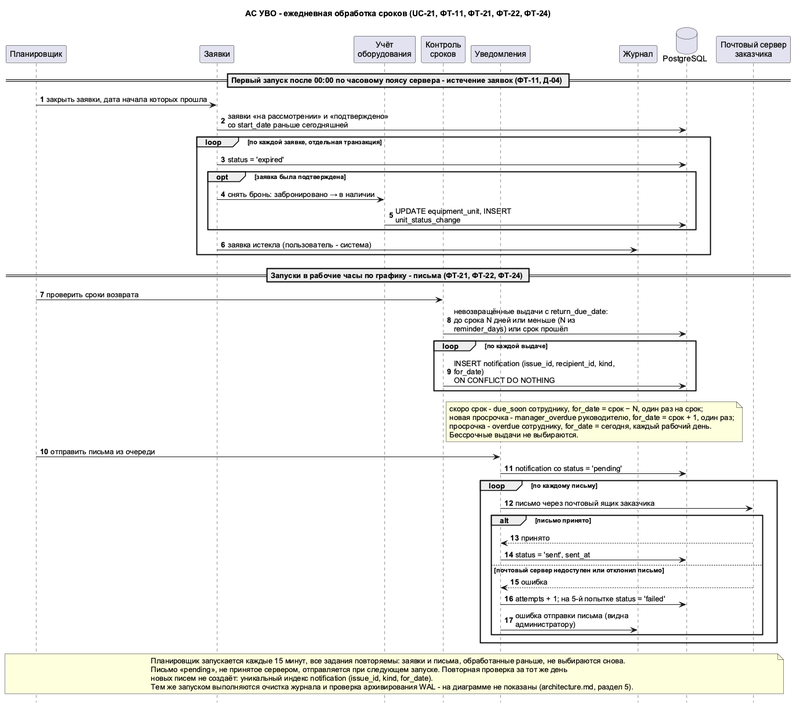
This is Lab2/docs/diagrams/images/sequence-deadlines.png from Rezak159/project-management, a PlantUML export, as it was before one commit. Its diagram source:
```plantuml
@startuml
title АС УВО - ежедневная обработка сроков (UC-21, ФТ-11, ФТ-21, ФТ-22, ФТ-24)
skinparam shadowing false
skinparam defaultFontName Arial
skinparam sequenceMessageAlign left
skinparam responseMessageBelowArrow true
skinparam maxMessageSize 280
hide footbox
autonumber

participant "Планировщик" as SCH
participant "Заявки" as REQ
participant "Учёт\nоборудования" as EQ
participant "Контроль\nсроков" as DL
participant "Уведомления" as NTF
participant "Журнал" as LOG
database "PostgreSQL" as DB
participant "Почтовый сервер\nзаказчика" as SMTP

== Первый запуск после 00:00 по часовому поясу сервера - истечение заявок (ФТ-11, Д-04) ==
SCH -> REQ : закрыть заявки, дата начала которых прошла
REQ -> DB : заявки «на рассмотрении» и «подтверждено» со start_date раньше сегодняшней
loop по каждой заявке, отдельная транзакция
  REQ -> DB : status = 'expired'
  opt заявка была подтверждена
    REQ -> EQ : снять бронь: забронировано → в наличии
    EQ -> DB : UPDATE equipment_unit, INSERT unit_status_change
  end
  REQ -> LOG : заявка истекла (пользователь - система)
end

== Запуски в рабочие часы по графику - письма (ФТ-21, ФТ-22, ФТ-24) ==
SCH -> DL : проверить сроки возврата
DL -> DB : невозвращённые выдачи с return_due_date:\nдо срока N дней или меньше (N из reminder_days) или срок прошёл
loop по каждой выдаче
  DL -> DB : INSERT notification (issue_id, recipient_id, kind, for_date)\nON CONFLICT DO NOTHING
end
note right of DL
скоро срок - due_soon сотруднику, for_date = срок − N, один раз на срок;
новая просрочка - manager_overdue руководителю, for_date = срок + 1, один раз;
просрочка - overdue сотруднику, for_date = сегодня, каждый рабочий день.
Бессрочные выдачи не выбираются.
end note

SCH -> NTF : отправить письма из очереди
NTF -> DB : notification со status = 'pending'
loop по каждому письму
  NTF -> SMTP : письмо через почтовый ящик заказчика
  alt письмо принято
    SMTP --> NTF : принято
    NTF -> DB : status = 'sent', sent_at
  else почтовый сервер недоступен или отклонил письмо
    SMTP --> NTF : ошибка
    NTF -> DB : attempts + 1; на 5-й попытке status = 'failed'
    NTF -> LOG : ошибка отправки письма (видна администратору)
  end
end

note over SCH, SMTP
Планировщик запускается каждые 15 минут, все задания повторяемы: заявки и письма, обработанные раньше, не выбираются снова.
Письмо «pending», не принятое сервером, отправляется при следующем запуске. Повторная проверка за тот же день
новых писем не создаёт: уникальный индекс notification (issue_id, kind, for_date).
Тем же запуском выполняются очистка журнала и проверка архивирования WAL - на диаграмме не показаны (architecture.md, раздел 5).
end note
@enduml
```
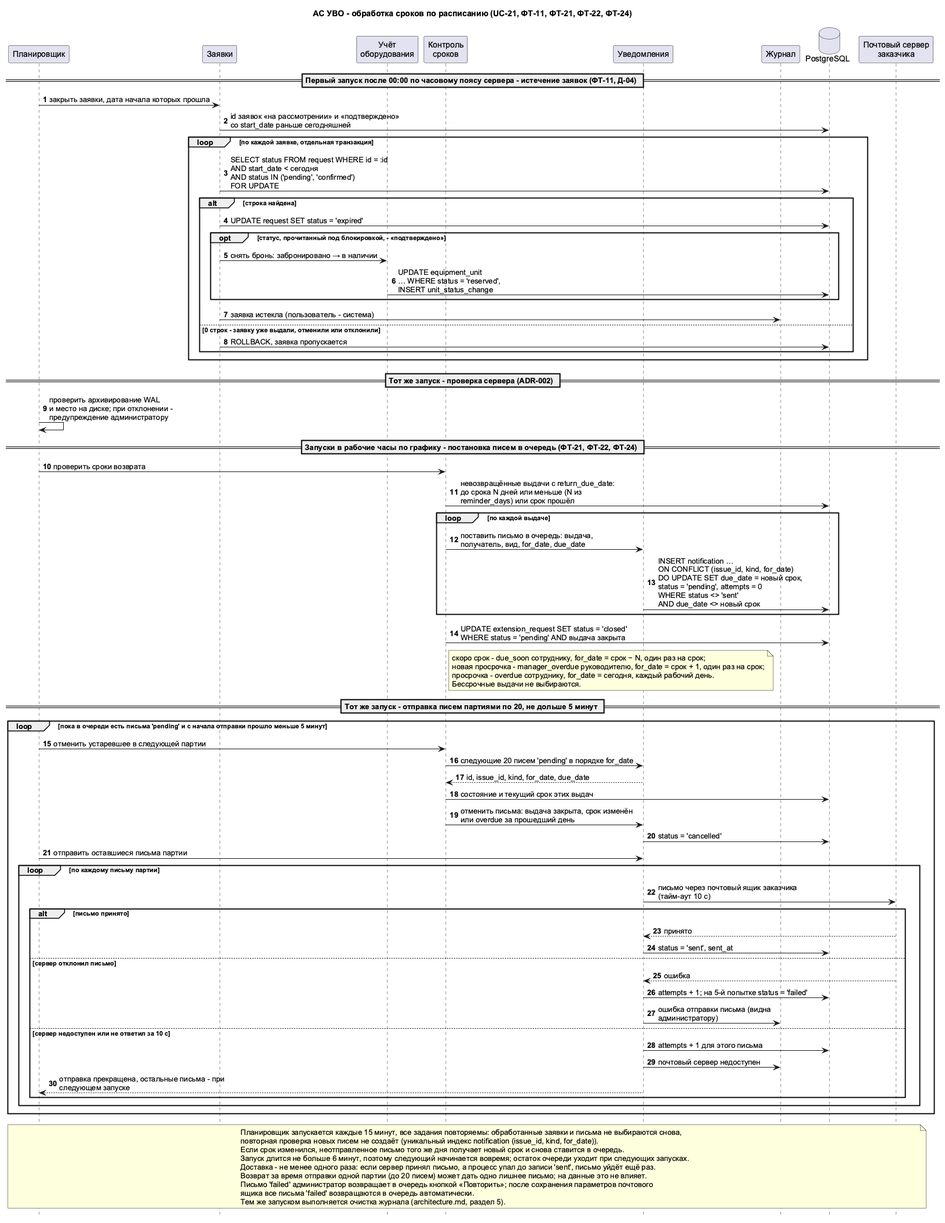
The same file after the commit.

The edit, as a diff of the source:
```diff
@@ -1,10 +1,10 @@
 @startuml
-title АС УВО - ежедневная обработка сроков (UC-21, ФТ-11, ФТ-21, ФТ-22, ФТ-24)
+title АС УВО - обработка сроков по расписанию (UC-21, ФТ-11, ФТ-21, ФТ-22, ФТ-24)
 skinparam shadowing false
 skinparam defaultFontName Arial
 skinparam sequenceMessageAlign left
 skinparam responseMessageBelowArrow true
-skinparam maxMessageSize 280
+skinparam maxMessageSize 300
 hide footbox
 autonumber
 
@@ -19,47 +19,74 @@
 
 == Первый запуск после 00:00 по часовому поясу сервера - истечение заявок (ФТ-11, Д-04) ==
 SCH -> REQ : закрыть заявки, дата начала которых прошла
-REQ -> DB : заявки «на рассмотрении» и «подтверждено» со start_date раньше сегодняшней
+REQ -> DB : id заявок «на рассмотрении» и «подтверждено» со start_date раньше сегодняшней
 loop по каждой заявке, отдельная транзакция
-  REQ -> DB : status = 'expired'
-  opt заявка была подтверждена
-    REQ -> EQ : снять бронь: забронировано → в наличии
-    EQ -> DB : UPDATE equipment_unit, INSERT unit_status_change
+  REQ -> DB : SELECT status FROM request WHERE id = :id\nAND start_date < сегодня\nAND status IN ('pending', 'confirmed')\nFOR UPDATE
+  alt строка найдена
+    REQ -> DB : UPDATE request SET status = 'expired'
+    opt статус, прочитанный под блокировкой, - «подтверждено»
+      REQ -> EQ : снять бронь: забронировано → в наличии
+      EQ -> DB : UPDATE equipment_unit\n… WHERE status = 'reserved',\nINSERT unit_status_change
+    end
+    REQ -> LOG : заявка истекла (пользователь - система)
+  else 0 строк - заявку уже выдали, отменили или отклонили
+    REQ -> DB : ROLLBACK, заявка пропускается
   end
-  REQ -> LOG : заявка истекла (пользователь - система)
 end
 
-== Запуски в рабочие часы по графику - письма (ФТ-21, ФТ-22, ФТ-24) ==
+== Тот же запуск - проверка сервера (ADR-002) ==
+SCH -> SCH : проверить архивирование WAL\nи место на диске; при отклонении -\nпредупреждение администратору
+
+== Запуски в рабочие часы по графику - постановка писем в очередь (ФТ-21, ФТ-22, ФТ-24) ==
 SCH -> DL : проверить сроки возврата
 DL -> DB : невозвращённые выдачи с return_due_date:\nдо срока N дней или меньше (N из reminder_days) или срок прошёл
 loop по каждой выдаче
-  DL -> DB : INSERT notification (issue_id, recipient_id, kind, for_date)\nON CONFLICT DO NOTHING
+  DL -> NTF : поставить письмо в очередь: выдача,\nполучатель, вид, for_date, due_date
+  NTF -> DB : INSERT notification …\nON CONFLICT (issue_id, kind, for_date)\nDO UPDATE SET due_date = новый срок,\nstatus = 'pending', attempts = 0\nWHERE status <> 'sent'\nAND due_date <> новый срок
 end
+DL -> DB : UPDATE extension_request SET status = 'closed'\nWHERE status = 'pending' AND выдача закрыта
 note right of DL
 скоро срок - due_soon сотруднику, for_date = срок − N, один раз на срок;
-новая просрочка - manager_overdue руководителю, for_date = срок + 1, один раз;
+новая просрочка - manager_overdue руководителю, for_date = срок + 1, один раз на срок;
 просрочка - overdue сотруднику, for_date = сегодня, каждый рабочий день.
 Бессрочные выдачи не выбираются.
 end note
 
-SCH -> NTF : отправить письма из очереди
-NTF -> DB : notification со status = 'pending'
-loop по каждому письму
-  NTF -> SMTP : письмо через почтовый ящик заказчика
-  alt письмо принято
-    SMTP --> NTF : принято
-    NTF -> DB : status = 'sent', sent_at
-  else почтовый сервер недоступен или отклонил письмо
-    SMTP --> NTF : ошибка
-    NTF -> DB : attempts + 1; на 5-й попытке status = 'failed'
-    NTF -> LOG : ошибка отправки письма (видна администратору)
+== Тот же запуск - отправка писем партиями по 20, не дольше 5 минут ==
+loop пока в очереди есть письма 'pending' и с начала отправки прошло меньше 5 минут
+  SCH -> DL : отменить устаревшее в следующей партии
+  DL -> NTF : следующие 20 писем 'pending' в порядке for_date
+  NTF --> DL : id, issue_id, kind, for_date, due_date
+  DL -> DB : состояние и текущий срок этих выдач
+  DL -> NTF : отменить письма: выдача закрыта, срок изменён\nили overdue за прошедший день
+  NTF -> DB : status = 'cancelled'
+  SCH -> NTF : отправить оставшиеся письма партии
+  loop по каждому письму партии
+    NTF -> SMTP : письмо через почтовый ящик заказчика (тайм-аут 10 с)
+    alt письмо принято
+      SMTP --> NTF : принято
+      NTF -> DB : status = 'sent', sent_at
+    else сервер отклонил письмо
+      SMTP --> NTF : ошибка
+      NTF -> DB : attempts + 1; на 5-й попытке status = 'failed'
+      NTF -> LOG : ошибка отправки письма (видна администратору)
+    else сервер недоступен или не ответил за 10 с
+      NTF -> DB : attempts + 1 для этого письма
+      NTF -> LOG : почтовый сервер недоступен
+      NTF --> SCH : отправка прекращена, остальные письма - при следующем запуске
+    end
   end
 end
 
 note over SCH, SMTP
-Планировщик запускается каждые 15 минут, все задания повторяемы: заявки и письма, обработанные раньше, не выбираются снова.
-Письмо «pending», не принятое сервером, отправляется при следующем запуске. Повторная проверка за тот же день
-новых писем не создаёт: уникальный индекс notification (issue_id, kind, for_date).
-Тем же запуском выполняются очистка журнала и проверка архивирования WAL - на диаграмме не показаны (architecture.md, раздел 5).
+Планировщик запускается каждые 15 минут, все задания повторяемы: обработанные заявки и письма не выбираются снова,
+повторная проверка новых писем не создаёт (уникальный индекс notification (issue_id, kind, for_date)).
+Если срок изменился, неотправленное письмо того же дня получает новый срок и снова ставится в очередь.
+Запуск длится не больше 6 минут, поэтому следующий начинается вовремя; остаток очереди уходит при следующих запусках.
+Доставка - не менее одного раза: если сервер принял письмо, а процесс упал до записи 'sent', письмо уйдёт ещё раз.
+Возврат за время отправки одной партии (до 20 писем) может дать одно лишнее письмо; на данные это не влияет.
+Письмо 'failed' администратор возвращает в очередь кнопкой «Повторить»; после сохранения параметров почтового
+ящика все письма 'failed' возвращаются в очередь автоматически.
+Тем же запуском выполняется очистка журнала (architecture.md, раздел 5).
 end note
 @enduml
```
